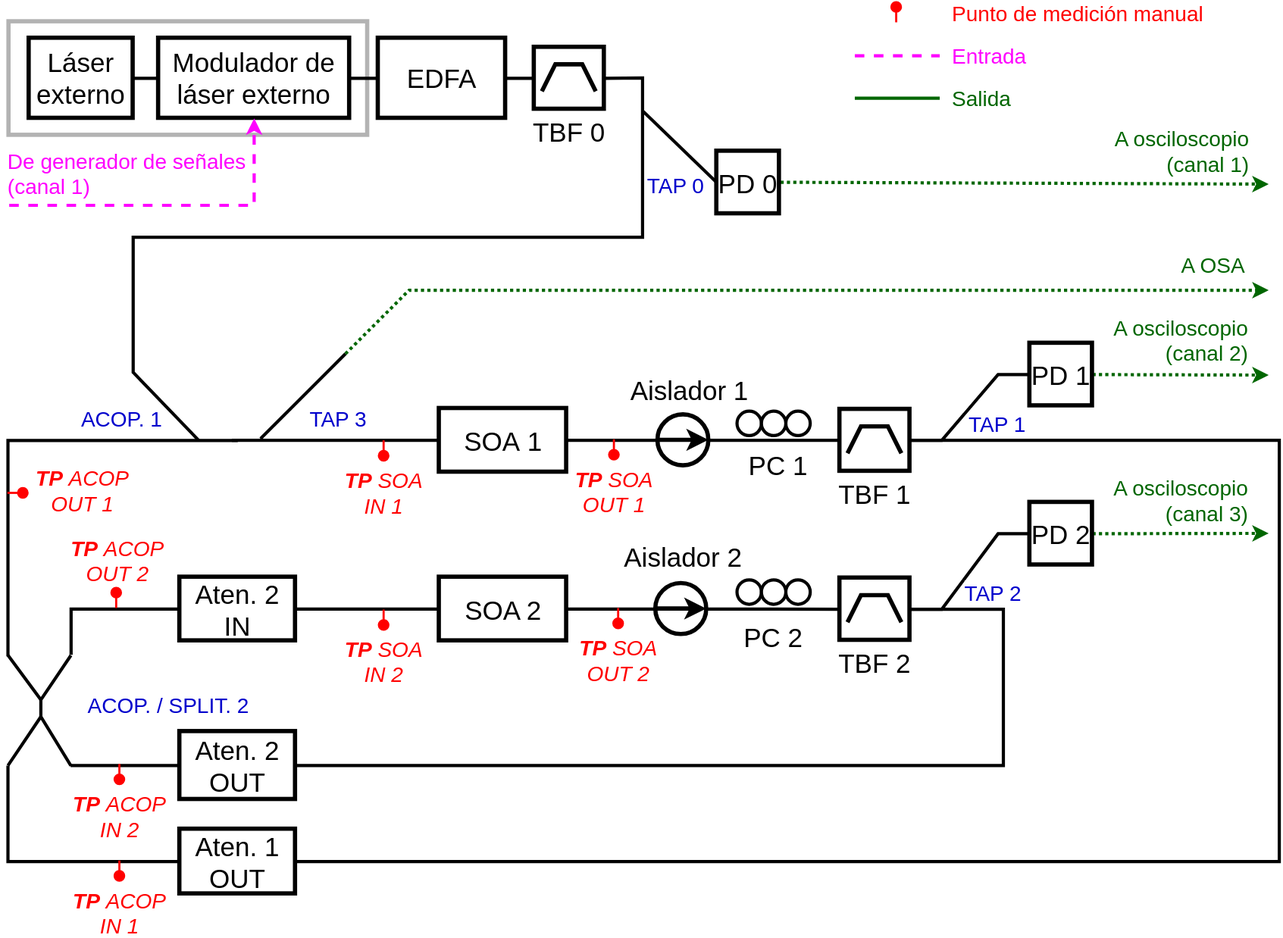
This is informe/assets/hill2002_two_rings_setup_D.svg from malustewart/tesis_hill_2002, a draw.io export, as it was before one commit. Source tidied: cells renumbered, new cells last; positions are measured from the earlier drawing's top-left corner, leaving out a move shared by most shapes.
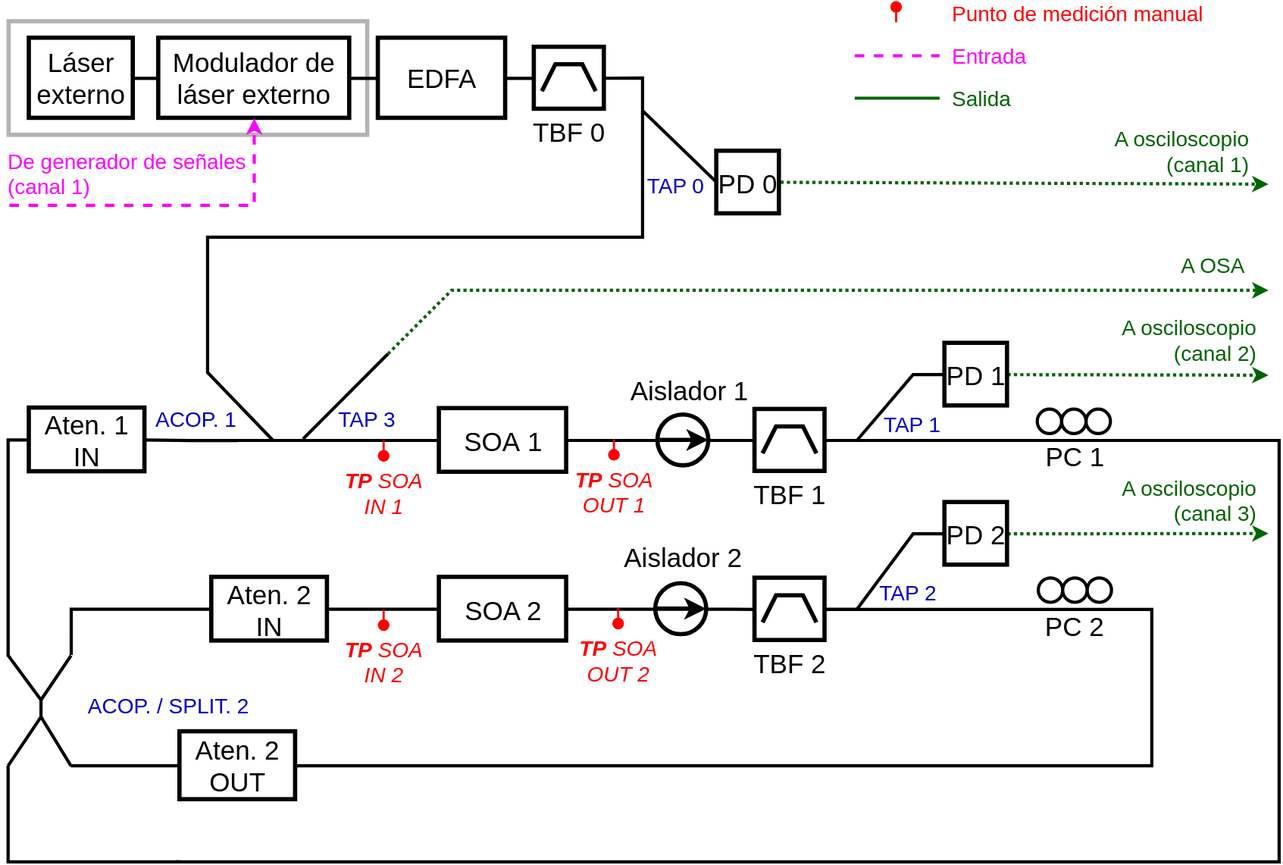
After the change.

Commit message:
update setup diagram

The edit, as a diff of the source:
```diff
@@ -12,5 +12,4 @@
     </mxCell>
-    <mxCell id="4" style="edgeStyle=orthogonalEdgeStyle;shape=connector;rounded=0;orthogonalLoop=1;jettySize=auto;html=1;strokeColor=default;align=center;verticalAlign=middle;fontFamily=Helvetica;fontSize=25;fontColor=default;labelBackgroundColor=default;endArrow=none;endFill=0;strokeWidth=3;" parent="1" edge="1">
+    <mxCell id="4" style="edgeStyle=orthogonalEdgeStyle;shape=connector;rounded=0;jettySize=auto;html=1;strokeColor=default;align=center;verticalAlign=middle;fontFamily=Helvetica;fontSize=25;fontColor=default;labelBackgroundColor=default;endArrow=none;endFill=0;strokeWidth=3;" parent="1" edge="1" source="105">
       <mxGeometry relative="1" as="geometry">
-        <mxPoint x="218.6" y="412.6" as="sourcePoint" />
         <mxPoint x="2" y="616" as="targetPoint" />
@@ -26,4 +25,5 @@
     </mxCell>
-    <mxCell id="7" style="edgeStyle=orthogonalEdgeStyle;shape=connector;rounded=0;jettySize=auto;html=1;exitX=1;exitY=0.5;exitDx=0;exitDy=0;exitPerimeter=0;strokeColor=default;align=center;verticalAlign=middle;fontFamily=Helvetica;fontSize=25;fontColor=default;labelBackgroundColor=default;endArrow=none;endFill=0;strokeWidth=3;" parent="1" edge="1" source="32">
+    <mxCell id="7" style="edgeStyle=orthogonalEdgeStyle;shape=connector;rounded=0;orthogonalLoop=1;jettySize=auto;html=1;exitX=1;exitY=0.5;exitDx=0;exitDy=0;exitPerimeter=0;strokeColor=default;align=center;verticalAlign=middle;fontFamily=Helvetica;fontSize=25;fontColor=default;labelBackgroundColor=default;endArrow=none;endFill=0;strokeWidth=3;" parent="1" edge="1">
       <mxGeometry relative="1" as="geometry">
+        <mxPoint x="164" y="809.5" as="sourcePoint" />
         <mxPoint x="2" y="719" as="targetPoint" />
@@ -32,7 +32,4 @@
     <mxCell id="8" value="TBF 1" style="verticalLabelPosition=bottom;shadow=0;dashed=0;align=center;verticalAlign=top;shape=mxgraph.electrical.logic_gates.bandpass_filter;fontFamily=Helvetica;fontSize=25;fontColor=default;labelBackgroundColor=default;html=1;convertToSvg=1;strokeWidth=4;" parent="1" vertex="1">
-      <mxGeometry x="786" y="383.3" width="66" height="58.4" as="geometry" />
+      <mxGeometry x="706" y="383.3" width="66" height="58.4" as="geometry" />
     </mxCell>
-    <mxCell id="9" value="PC 1" style="text;strokeColor=none;fillColor=none;align=center;verticalAlign=middle;rounded=0;fontFamily=Helvetica;fontSize=25;fontColor=default;labelBackgroundColor=default;" parent="1" vertex="1">
-      <mxGeometry x="698" y="419" width="60" height="30" as="geometry" />
-    </mxCell>
     <mxCell id="10" style="edgeStyle=orthogonalEdgeStyle;rounded=0;jettySize=auto;html=1;endArrow=none;endFill=0;exitX=1;exitY=0.5;exitDx=0;exitDy=0;fontSize=25;strokeWidth=3;" parent="1" edge="1" source="81" target="8">
@@ -42,6 +39,6 @@
       <mxGeometry x="1" y="19" relative="1" as="geometry">
-        <mxPoint x="320" y="331" as="sourcePoint" />
+        <mxPoint x="360" y="331" as="sourcePoint" />
         <mxPoint x="1190" y="271" as="targetPoint" />
         <Array as="points">
-          <mxPoint x="380" y="271" />
+          <mxPoint x="420" y="271" />
         </Array>
@@ -64,3 +61,3 @@
     <mxCell id="15" value="Aten. 2&lt;div&gt;IN&lt;/div&gt;" style="rounded=0;whiteSpace=wrap;html=1;fontSize=25;strokeWidth=4;" parent="1" vertex="1">
-      <mxGeometry x="164" y="541.5" width="109" height="60" as="geometry" />
+      <mxGeometry x="194" y="541.5" width="109" height="60" as="geometry" />
     </mxCell>
@@ -75,7 +72,4 @@
     <mxCell id="18" value="TBF 2" style="verticalLabelPosition=bottom;shadow=0;dashed=0;align=center;verticalAlign=top;shape=mxgraph.electrical.logic_gates.bandpass_filter;fontFamily=Helvetica;fontSize=25;fontColor=default;labelBackgroundColor=default;html=1;convertToSvg=1;strokeWidth=4;" parent="1" vertex="1">
-      <mxGeometry x="786" y="542.3" width="66" height="58.7" as="geometry" />
+      <mxGeometry x="706" y="542.3" width="66" height="58.7" as="geometry" />
     </mxCell>
-    <mxCell id="19" value="PC 2" style="text;strokeColor=none;fillColor=none;align=center;verticalAlign=middle;rounded=0;fontFamily=Helvetica;fontSize=25;fontColor=default;labelBackgroundColor=default;" parent="1" vertex="1">
-      <mxGeometry x="693.5" y="581" width="60" height="30" as="geometry" />
-    </mxCell>
     <mxCell id="20" style="edgeStyle=orthogonalEdgeStyle;rounded=0;jettySize=auto;html=1;endArrow=none;endFill=0;exitX=1;exitY=0.5;exitDx=0;exitDy=0;fontSize=25;strokeWidth=3;" parent="1" edge="1" source="84" target="18">
@@ -86,4 +80,4 @@
         <Array as="points">
-          <mxPoint x="940" y="719" />
-          <mxPoint x="940" y="571.7" />
+          <mxPoint x="1080" y="719" />
+          <mxPoint x="1080" y="571.7" />
         </Array>
@@ -127,3 +121,3 @@
       <mxGeometry x="0.02" relative="1" as="geometry">
-        <mxPoint x="62" y="-33" as="offset" />
+        <mxPoint x="110" y="-33" as="offset" />
       </mxGeometry>
@@ -137,3 +131,3 @@
       <mxGeometry x="0.02" relative="1" as="geometry">
-        <mxPoint x="62" y="-32" as="offset" />
+        <mxPoint x="110" y="-32" as="offset" />
       </mxGeometry>
@@ -141,6 +135,7 @@
     <mxCell id="30" value="PD 2" style="whiteSpace=wrap;html=1;fontSize=25;strokeWidth=4;" parent="1" vertex="1">
-      <mxGeometry x="965" y="471" width="59" height="59" as="geometry" />
+      <mxGeometry x="885" y="471" width="59" height="59" as="geometry" />
     </mxCell>
-    <mxCell id="31" style="edgeStyle=orthogonalEdgeStyle;shape=connector;rounded=0;jettySize=auto;html=1;exitX=1;exitY=0.5;exitDx=0;exitDy=0;exitPerimeter=0;strokeColor=default;align=center;verticalAlign=middle;fontFamily=Helvetica;fontSize=25;fontColor=default;labelBackgroundColor=default;endArrow=none;endFill=0;entryX=0;entryY=0.5;entryDx=0;entryDy=0;strokeWidth=3;" parent="1" edge="1" source="8" target="32">
+    <mxCell id="31" style="edgeStyle=orthogonalEdgeStyle;shape=connector;rounded=0;jettySize=auto;html=1;exitX=1;exitY=0.5;exitDx=0;exitDy=0;exitPerimeter=0;strokeColor=default;align=center;verticalAlign=middle;fontFamily=Helvetica;fontSize=25;fontColor=default;labelBackgroundColor=default;endArrow=none;endFill=0;strokeWidth=3;" parent="1" edge="1" source="8">
       <mxGeometry relative="1" as="geometry">
+        <mxPoint x="160" y="809.5" as="targetPoint" />
         <Array as="points">
@@ -151,5 +146,2 @@
     </mxCell>
-    <mxCell id="32" value="Aten. 1&lt;div&gt;OUT&lt;/div&gt;" style="rounded=0;whiteSpace=wrap;html=1;direction=west;fontSize=25;strokeWidth=4;" parent="1" vertex="1">
-      <mxGeometry x="164" y="779" width="109" height="61" as="geometry" />
-    </mxCell>
     <mxCell id="33" style="endArrow=none;html=1;rounded=0;strokeColor=default;align=center;verticalAlign=middle;fontFamily=Helvetica;fontSize=25;fontColor=default;labelBackgroundColor=default;edgeStyle=orthogonalEdgeStyle;entryX=0;entryY=0.5;entryDx=0;entryDy=0;strokeWidth=3;" parent="1" edge="1" target="34">
@@ -188,3 +180,3 @@
       <mxGeometry relative="1" as="geometry">
-        <mxPoint x="181.7" y="412.5" as="targetPoint" />
+        <mxPoint x="251.7" y="412.5" as="targetPoint" />
         <Array as="points">
@@ -192,4 +184,4 @@
           <mxPoint x="600" y="221" />
-          <mxPoint x="120" y="221" />
-          <mxPoint x="120" y="348.4" />
+          <mxPoint x="190" y="221" />
+          <mxPoint x="190" y="348.4" />
         </Array>
@@ -219,3 +211,3 @@
     <mxCell id="49" value="ACOP. 1" style="edgeLabel;html=1;align=center;verticalAlign=middle;fontFamily=Helvetica;fontSize=20;fontColor=#0000CC;labelBackgroundColor=none;" parent="1" vertex="1">
-      <mxGeometry x="284" y="334" as="geometry">
+      <mxGeometry x="354" y="334" as="geometry">
         <mxPoint x="-176" y="57" as="offset" />
@@ -286,46 +278,2 @@
     </mxCell>
-    <mxCell id="66" style="group;fontSize=16;" parent="1" vertex="1">
-      <mxGeometry x="103" y="718" width="9" height="47" as="geometry" />
-    </mxCell>
-    <mxCell id="67" style="verticalLabelPosition=bottom;shadow=0;dashed=0;align=center;html=1;verticalAlign=top;shape=mxgraph.electrical.transmission.testPoint;direction=east;strokeWidth=2;perimeterSpacing=0;strokeColor=light-dark(#FF0000,#FF0000);fillColor=light-dark(#FF0000,#FF0000);rotation=180;" parent="66" vertex="1">
-      <mxGeometry width="9" height="19" as="geometry" />
-    </mxCell>
-    <mxCell id="68" value="&lt;span style=&quot;color: light-dark(rgb(255, 0, 0), rgb(255, 0, 0));&quot;&gt;&lt;i&gt;&lt;b&gt;TP&lt;/b&gt;&amp;nbsp;ACOP&lt;/i&gt;&lt;/span&gt;&lt;div&gt;&lt;span style=&quot;background-color: transparent; color: light-dark(rgb(255, 0, 0), rgb(255, 0, 0));&quot;&gt;&lt;i&gt;IN 2&lt;/i&gt;&lt;/span&gt;&lt;/div&gt;" style="edgeLabel;html=1;align=center;verticalAlign=middle;fontFamily=Helvetica;fontSize=20;fontColor=#0000CC;labelBackgroundColor=none;rotation=0;" parent="66" vertex="1">
-      <mxGeometry x="4" y="47" as="geometry">
-        <mxPoint x="-1" y="1" as="offset" />
-      </mxGeometry>
-    </mxCell>
-    <mxCell id="69" style="group;fontSize=16;" parent="1" vertex="1">
-      <mxGeometry x="103" y="809" width="9" height="47" as="geometry" />
-    </mxCell>
-    <mxCell id="70" style="verticalLabelPosition=bottom;shadow=0;dashed=0;align=center;html=1;verticalAlign=top;shape=mxgraph.electrical.transmission.testPoint;direction=east;strokeWidth=2;perimeterSpacing=0;strokeColor=light-dark(#FF0000,#FF0000);fillColor=light-dark(#FF0000,#FF0000);rotation=180;" parent="69" vertex="1">
-      <mxGeometry width="9" height="19" as="geometry" />
-    </mxCell>
-    <mxCell id="71" value="&lt;span style=&quot;color: light-dark(rgb(255, 0, 0), rgb(255, 0, 0));&quot;&gt;&lt;i&gt;&lt;b&gt;TP&lt;/b&gt;&amp;nbsp;ACOP&lt;/i&gt;&lt;/span&gt;&lt;div&gt;&lt;span style=&quot;background-color: transparent; color: light-dark(rgb(255, 0, 0), rgb(255, 0, 0));&quot;&gt;&lt;i&gt;IN 1&lt;/i&gt;&lt;/span&gt;&lt;/div&gt;" style="edgeLabel;html=1;align=center;verticalAlign=middle;fontFamily=Helvetica;fontSize=20;fontColor=#0000CC;labelBackgroundColor=none;rotation=0;" parent="69" vertex="1">
-      <mxGeometry x="4" y="47" as="geometry">
-        <mxPoint x="-1" y="1" as="offset" />
-      </mxGeometry>
-    </mxCell>
-    <mxCell id="72" style="group;rotation=540;fontSize=16;" parent="1" vertex="1">
-      <mxGeometry x="100" y="524" width="9" height="47" as="geometry" />
-    </mxCell>
-    <mxCell id="73" style="verticalLabelPosition=bottom;shadow=0;dashed=0;align=center;html=1;verticalAlign=top;shape=mxgraph.electrical.transmission.testPoint;direction=east;strokeWidth=2;perimeterSpacing=0;strokeColor=light-dark(#FF0000,#FF0000);fillColor=light-dark(#FF0000,#FF0000);rotation=720;" parent="72" vertex="1">
-      <mxGeometry y="28" width="9" height="19" as="geometry" />
-    </mxCell>
-    <mxCell id="74" value="&lt;span style=&quot;color: light-dark(rgb(255, 0, 0), rgb(255, 0, 0));&quot;&gt;&lt;i&gt;&lt;b&gt;TP&lt;/b&gt;&amp;nbsp;ACOP&lt;/i&gt;&lt;/span&gt;&lt;div&gt;&lt;span style=&quot;background-color: transparent; color: light-dark(rgb(255, 0, 0), rgb(255, 0, 0));&quot;&gt;&lt;i&gt;OUT 2&lt;/i&gt;&lt;/span&gt;&lt;/div&gt;" style="edgeLabel;html=1;align=center;verticalAlign=middle;fontFamily=Helvetica;fontSize=20;fontColor=#0000CC;labelBackgroundColor=none;rotation=0;" parent="72" vertex="1">
-      <mxGeometry x="5" as="geometry">
-        <mxPoint x="-1" y="1" as="offset" />
-      </mxGeometry>
-    </mxCell>
-    <mxCell id="75" style="group;fontSize=16;" parent="1" vertex="1">
-      <mxGeometry x="7" y="453" width="65" height="19" as="geometry" />
-    </mxCell>
-    <mxCell id="76" value="&lt;span style=&quot;color: light-dark(rgb(255, 0, 0), rgb(255, 0, 0));&quot;&gt;&lt;i&gt;&lt;b&gt;TP&lt;/b&gt;&amp;nbsp;ACOP&lt;/i&gt;&lt;/span&gt;&lt;div&gt;&lt;span style=&quot;background-color: transparent; color: light-dark(rgb(255, 0, 0), rgb(255, 0, 0));&quot;&gt;&lt;i&gt;OUT 1&lt;/i&gt;&lt;/span&gt;&lt;/div&gt;" style="edgeLabel;html=1;align=center;verticalAlign=middle;fontFamily=Helvetica;fontSize=20;fontColor=#0000CC;labelBackgroundColor=none;rotation=0;" parent="75" vertex="1">
-      <mxGeometry x="65" y="5" as="geometry">
-        <mxPoint x="-1" y="1" as="offset" />
-      </mxGeometry>
-    </mxCell>
-    <mxCell id="77" style="verticalLabelPosition=bottom;shadow=0;dashed=0;align=center;html=1;verticalAlign=top;shape=mxgraph.electrical.transmission.testPoint;direction=east;strokeWidth=2;perimeterSpacing=0;strokeColor=light-dark(#FF0000,#FF0000);fillColor=light-dark(#FF0000,#FF0000);rotation=810;" parent="75" vertex="1">
-      <mxGeometry width="9" height="19" as="geometry" />
-    </mxCell>
     <mxCell id="78" style="html=1;entryX=0.5;entryY=1;entryDx=0;entryDy=0;edgeStyle=orthogonalEdgeStyle;align=center;verticalAlign=middle;fontFamily=Helvetica;fontSize=25;fontColor=light-dark(#000000,#006600);labelBackgroundColor=default;fillColor=none;gradientColor=none;strokeColor=#FF00FF;rounded=0;curved=0;strokeWidth=3;dashed=1;" parent="1" edge="1" target="47">
@@ -359,28 +307,4 @@
     </mxCell>
-    <mxCell id="87" style="group;" parent="1" vertex="1">
-      <mxGeometry x="689" y="544" width="69" height="23" as="geometry" />
-    </mxCell>
-    <mxCell id="88" style="ellipse;whiteSpace=wrap;html=1;fontSize=25;strokeWidth=3;" parent="87" vertex="1">
-      <mxGeometry width="23" height="23" as="geometry" />
-    </mxCell>
-    <mxCell id="89" style="ellipse;fontSize=25;strokeWidth=3;" parent="87" vertex="1">
-      <mxGeometry x="46" width="23" height="23" as="geometry" />
-    </mxCell>
-    <mxCell id="90" style="ellipse;whiteSpace=wrap;html=1;fontSize=25;strokeWidth=3;" parent="87" vertex="1">
-      <mxGeometry x="23" width="23" height="23" as="geometry" />
-    </mxCell>
-    <mxCell id="91" style="group;" parent="1" vertex="1">
-      <mxGeometry x="689" y="385" width="69" height="23" as="geometry" />
-    </mxCell>
-    <mxCell id="92" style="ellipse;whiteSpace=wrap;html=1;fontSize=25;strokeWidth=3;" parent="91" vertex="1">
-      <mxGeometry width="23" height="23" as="geometry" />
-    </mxCell>
-    <mxCell id="93" style="ellipse;fontSize=25;strokeWidth=3;" parent="91" vertex="1">
-      <mxGeometry x="46" width="23" height="23" as="geometry" />
-    </mxCell>
-    <mxCell id="94" style="ellipse;whiteSpace=wrap;html=1;fontSize=25;strokeWidth=3;" parent="91" vertex="1">
-      <mxGeometry x="23" width="23" height="23" as="geometry" />
-    </mxCell>
     <mxCell id="95" value="PD 1" style="whiteSpace=wrap;html=1;fontSize=25;strokeWidth=4;" parent="1" vertex="1">
-      <mxGeometry x="965" y="321" width="59" height="59" as="geometry" />
+      <mxGeometry x="885" y="321" width="59" height="59" as="geometry" />
     </mxCell>
@@ -415,6 +339,50 @@
       <mxGeometry relative="1" as="geometry">
-        <mxPoint x="240" y="411" as="sourcePoint" />
-        <mxPoint x="320" y="331" as="targetPoint" />
+        <mxPoint x="280" y="411" as="sourcePoint" />
+        <mxPoint x="360" y="331" as="targetPoint" />
       </mxGeometry>
     </mxCell>
+    <mxCell id="104" style="edgeStyle=orthogonalEdgeStyle;shape=connector;rounded=0;jettySize=auto;html=1;strokeColor=default;align=center;verticalAlign=middle;fontFamily=Helvetica;fontSize=25;fontColor=default;labelBackgroundColor=default;endArrow=none;endFill=0;strokeWidth=3;" parent="1" edge="1" target="105">
+      <mxGeometry relative="1" as="geometry">
+        <mxPoint x="218.6" y="412.6" as="sourcePoint" />
+      </mxGeometry>
+    </mxCell>
+    <mxCell id="105" value="Aten. 1&lt;div&gt;IN&lt;/div&gt;" style="rounded=0;whiteSpace=wrap;html=1;fontSize=25;strokeWidth=4;" parent="1" vertex="1">
+      <mxGeometry x="22" y="382" width="109" height="60" as="geometry" />
+    </mxCell>
+    <mxCell id="106" style="group;" parent="1" vertex="1">
+      <mxGeometry x="972" y="381" width="69" height="64" as="geometry" />
+    </mxCell>
+    <mxCell id="9" value="PC 1" style="text;strokeColor=none;fillColor=none;align=center;verticalAlign=middle;rounded=0;fontFamily=Helvetica;fontSize=25;fontColor=default;labelBackgroundColor=none;" parent="106" vertex="1">
+      <mxGeometry x="6" y="30" width="60" height="30" as="geometry" />
+    </mxCell>
+    <mxCell id="91" style="group;" parent="106" vertex="1">
+      <mxGeometry y="2" width="69" height="23" as="geometry" />
+    </mxCell>
+    <mxCell id="92" style="ellipse;whiteSpace=wrap;html=1;fontSize=25;strokeWidth=3;" parent="91" vertex="1">
+      <mxGeometry width="23" height="23" as="geometry" />
+    </mxCell>
+    <mxCell id="93" style="ellipse;fontSize=25;strokeWidth=3;" parent="91" vertex="1">
+      <mxGeometry x="46" width="23" height="23" as="geometry" />
+    </mxCell>
+    <mxCell id="94" style="ellipse;whiteSpace=wrap;html=1;fontSize=25;strokeWidth=3;" parent="91" vertex="1">
+      <mxGeometry x="23" width="23" height="23" as="geometry" />
+    </mxCell>
+    <mxCell id="107" style="group;" parent="1" vertex="1">
+      <mxGeometry x="973" y="542" width="69" height="67" as="geometry" />
+    </mxCell>
+    <mxCell id="19" value="PC 2" style="text;strokeColor=none;fillColor=none;align=center;verticalAlign=middle;rounded=0;fontFamily=Helvetica;fontSize=25;fontColor=default;labelBackgroundColor=none;" parent="107" vertex="1">
+      <mxGeometry x="4.5" y="29" width="60" height="30" as="geometry" />
+    </mxCell>
+    <mxCell id="87" style="group;" parent="107" vertex="1">
+      <mxGeometry width="69" height="23" as="geometry" />
+    </mxCell>
+    <mxCell id="88" style="ellipse;whiteSpace=wrap;html=1;fontSize=25;strokeWidth=3;" parent="87" vertex="1">
+      <mxGeometry width="23" height="23" as="geometry" />
+    </mxCell>
+    <mxCell id="89" style="ellipse;fontSize=25;strokeWidth=3;" parent="87" vertex="1">
+      <mxGeometry x="46" width="23" height="23" as="geometry" />
+    </mxCell>
+    <mxCell id="90" style="ellipse;whiteSpace=wrap;html=1;fontSize=25;strokeWidth=3;" parent="87" vertex="1">
+      <mxGeometry x="23" width="23" height="23" as="geometry" />
+    </mxCell>
   </root>
```
